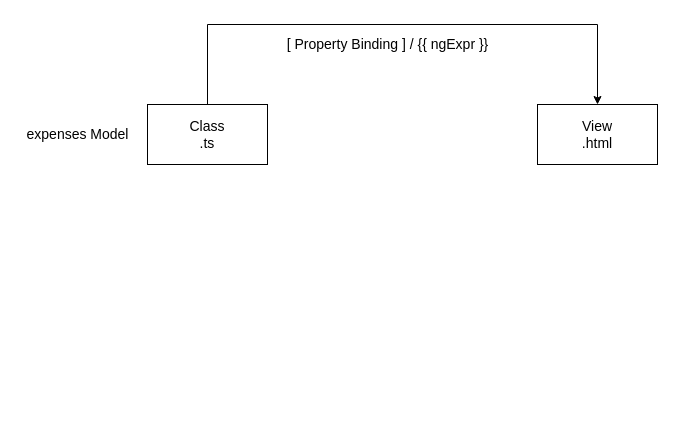
Earlier version of the draw.io diagram page "Page-2" (2 of 2) of refs/diagrams.drawio (synergy2411/genpact-mar-22). Source tidied: cells renumbered, new cells numbered last; positions are measured from the earlier drawing's top-left corner, leaving out a move shared by most shapes. Both pictures are drawn from the tidied source at 100%, with x=0, y=0 at pixel (17, 24).
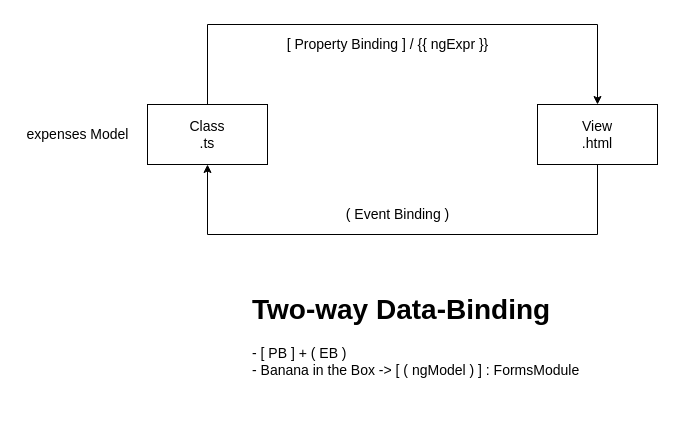
The same page after the edit.

Diff of the diagram source:
```diff
@@
 <mxGraphModel>
   <root>
     <mxCell id="0" />
     <mxCell id="1" parent="0" />
     <mxCell id="2" style="edgeStyle=orthogonalEdgeStyle;rounded=0;jettySize=auto;html=1;exitX=0.5;exitY=0;exitDx=0;exitDy=0;entryX=0.5;entryY=0;entryDx=0;entryDy=0;fontSize=14;" parent="1" edge="1" source="3" target="4">
       <mxGeometry relative="1" as="geometry">
         <Array as="points">
           <mxPoint x="190" />
           <mxPoint x="580" />
         </Array>
       </mxGeometry>
     </mxCell>
     <mxCell id="3" value="Class&lt;br&gt;.ts" style="rounded=0;whiteSpace=wrap;html=1;fontSize=14;" parent="1" vertex="1">
       <mxGeometry x="130" y="80" width="120" height="60" as="geometry" />
     </mxCell>
+    <mxCell id="7" style="edgeStyle=orthogonalEdgeStyle;rounded=0;jettySize=auto;html=1;exitX=0.5;exitY=1;exitDx=0;exitDy=0;entryX=0.5;entryY=1;entryDx=0;entryDy=0;fontSize=14;" parent="1" edge="1" source="4" target="3">
+      <mxGeometry relative="1" as="geometry">
+        <Array as="points">
+          <mxPoint x="580" y="210" />
+          <mxPoint x="190" y="210" />
+        </Array>
+      </mxGeometry>
+    </mxCell>
     <mxCell id="4" value="View&lt;br&gt;.html" style="rounded=0;whiteSpace=wrap;html=1;fontSize=14;" parent="1" vertex="1">
       <mxGeometry x="520" y="80" width="120" height="60" as="geometry" />
     </mxCell>
     <mxCell id="5" value="expenses Model" style="text;html=1;align=center;verticalAlign=middle;strokeColor=none;fillColor=none;fontSize=14;" parent="1" vertex="1">
       <mxGeometry y="100" width="120" height="20" as="geometry" />
     </mxCell>
     <mxCell id="6" value="[ Property Binding ] / {{ ngExpr }}" style="text;html=1;align=center;verticalAlign=middle;strokeColor=none;fillColor=none;fontSize=14;" parent="1" vertex="1">
       <mxGeometry x="260" y="10" width="220" height="20" as="geometry" />
     </mxCell>
+    <mxCell id="8" value="( Event Binding )" style="text;html=1;align=center;verticalAlign=middle;strokeColor=none;fillColor=none;fontSize=14;" parent="1" vertex="1">
+      <mxGeometry x="320" y="180" width="120" height="20" as="geometry" />
+    </mxCell>
+    <mxCell id="9" value="&lt;h1&gt;Two-way Data-Binding&lt;/h1&gt;&lt;div&gt;- [ PB ] + ( EB )&lt;/div&gt;&lt;div&gt;- Banana in the Box -&amp;gt; [ ( ngModel ) ] : FormsModule&lt;/div&gt;" style="text;html=1;strokeColor=none;fillColor=none;spacing=5;spacingTop=-20;whiteSpace=wrap;overflow=hidden;rounded=0;fontSize=14;" parent="1" vertex="1">
+      <mxGeometry x="230" y="260" width="350" height="120" as="geometry" />
+    </mxCell>
   </root>
 </mxGraphModel>
```
